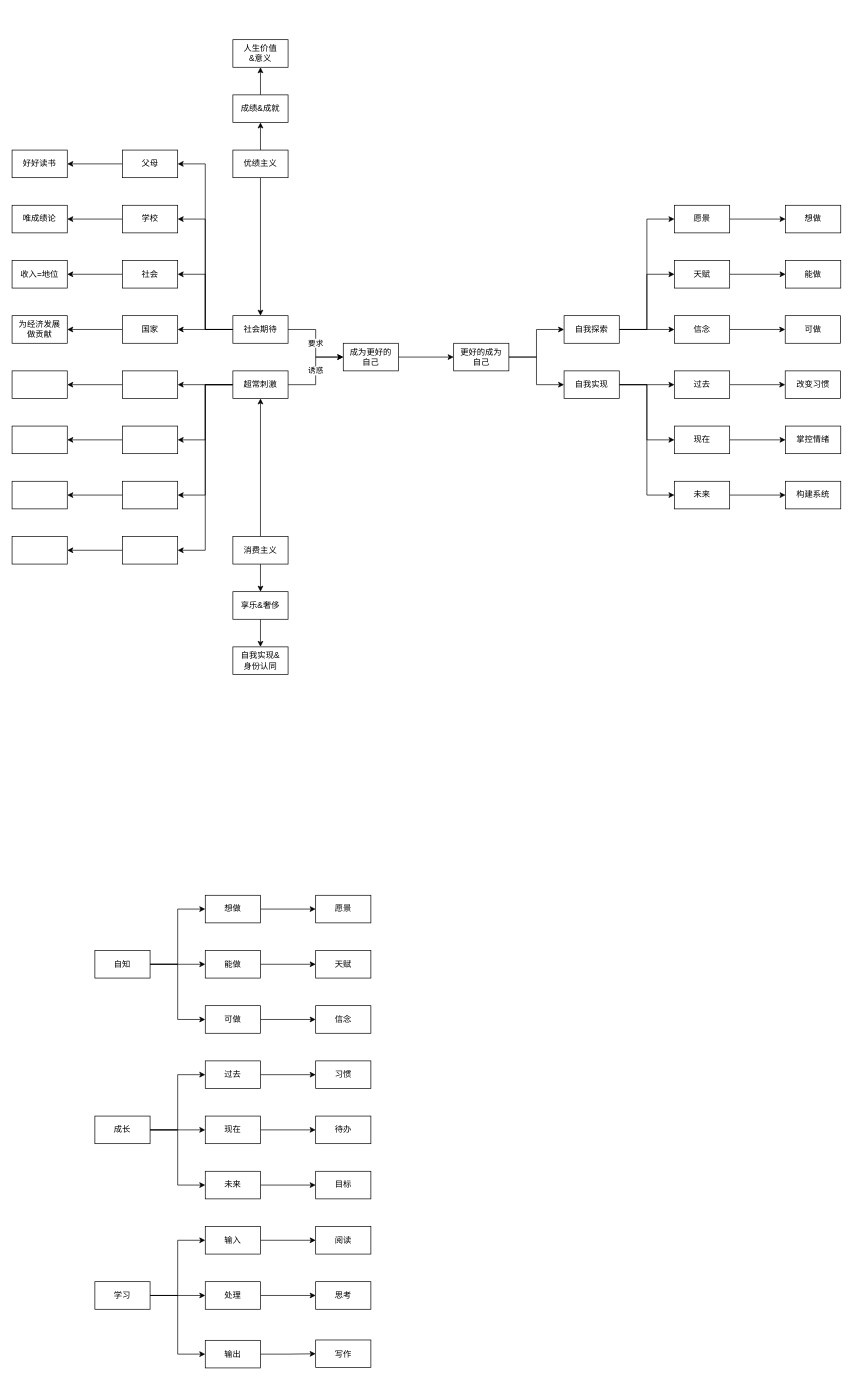
Earlier version of the draw.io diagram 人生系统.drawio (youyusan/life_system). Source tidied: cells renumbered, new cells numbered last; positions are measured from the earlier drawing's top-left corner, leaving out a move shared by most shapes. Both pictures are drawn from the tidied source at 69%, with x=0, y=0 at pixel (12, 39).
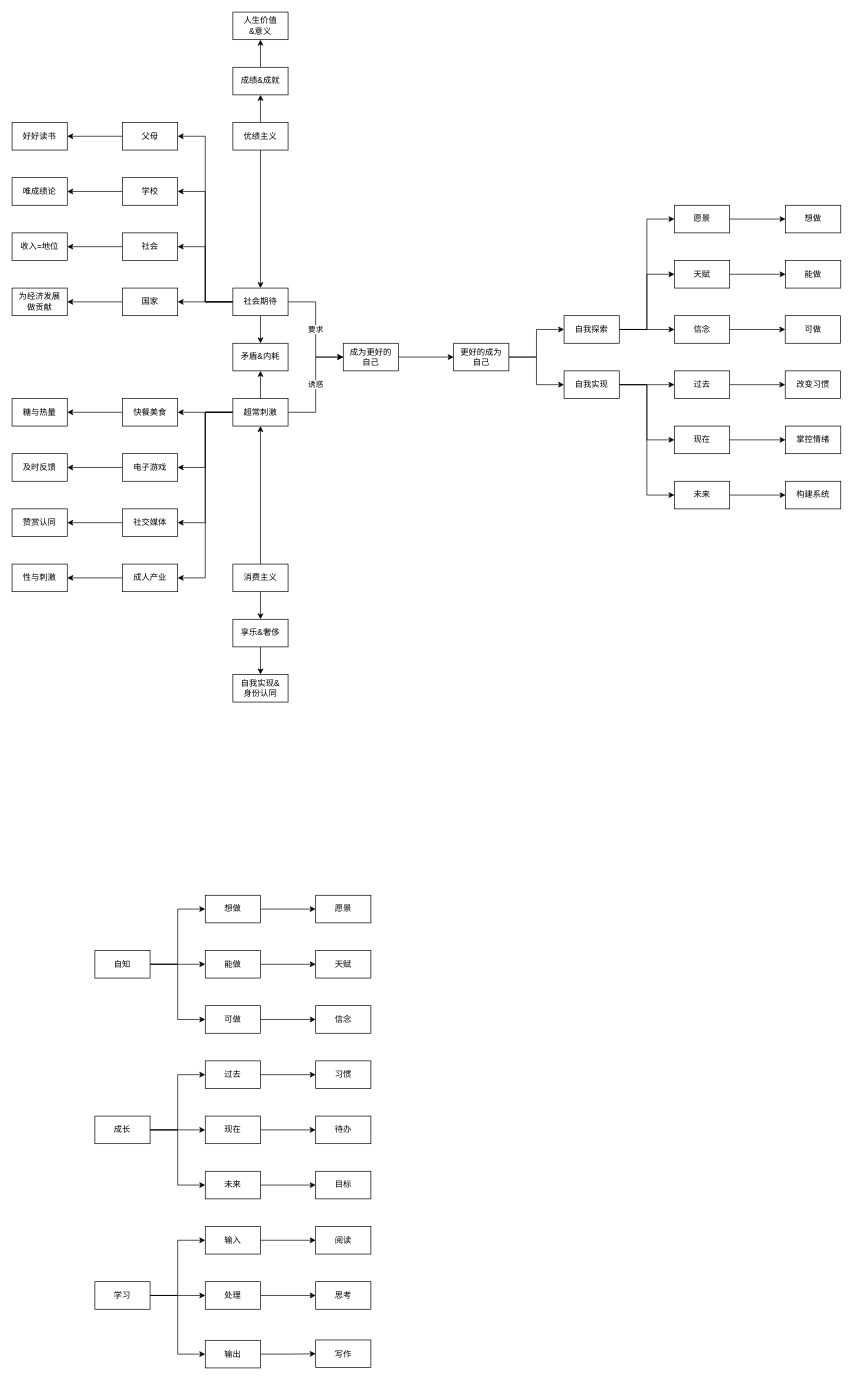
After the change.

Commit message:
更新人生系统.drawio

Unchanged cells that the change refers to:
```xml
<mxCell id="42" value="成为更好的&lt;br&gt;自己" style="rounded=0;whiteSpace=wrap;html=1;" parent="1" vertex="1">
  <mxGeometry x="480" y="440" width="80" height="40" as="geometry" />
</mxCell>
```

What changed in the source:
```diff
@@
     <mxCell id="48" value="优绩主义" style="rounded=0;whiteSpace=wrap;html=1;" parent="1" vertex="1">
-      <mxGeometry x="320" y="160" width="80" height="40" as="geometry" />
+      <mxGeometry x="320" y="120" width="80" height="40" as="geometry" />
     </mxCell>
@@
+    <mxCell id="120" style="edgeStyle=orthogonalEdgeStyle;rounded=0;jettySize=auto;html=1;" parent="1" edge="1" source="54" target="122">
+      <mxGeometry relative="1" as="geometry" />
+    </mxCell>
     <mxCell id="54" value="社会期待" style="rounded=0;whiteSpace=wrap;html=1;" parent="1" vertex="1">
-      <mxGeometry x="320" y="400" width="80" height="40" as="geometry" />
+      <mxGeometry x="320" y="360" width="80" height="40" as="geometry" />
     </mxCell>
     <mxCell id="55" value="诱惑" style="edgeStyle=orthogonalEdgeStyle;rounded=0;jettySize=auto;html=1;" parent="1" edge="1" source="60" target="42">
-      <mxGeometry relative="1" as="geometry" />
+      <mxGeometry relative="1" as="geometry">
+        <Array as="points">
+          <mxPoint x="440" y="540" />
+          <mxPoint x="440" y="460" />
+        </Array>
+      </mxGeometry>
     </mxCell>
@@
+    <mxCell id="121" style="edgeStyle=orthogonalEdgeStyle;rounded=0;jettySize=auto;html=1;" parent="1" edge="1" source="60" target="122">
+      <mxGeometry relative="1" as="geometry" />
+    </mxCell>
     <mxCell id="60" value="超常刺激" style="rounded=0;whiteSpace=wrap;html=1;" parent="1" vertex="1">
-      <mxGeometry x="320" y="480" width="80" height="40" as="geometry" />
+      <mxGeometry x="320" y="520" width="80" height="40" as="geometry" />
     </mxCell>
@@
     <mxCell id="63" value="消费主义" style="rounded=0;whiteSpace=wrap;html=1;" parent="1" vertex="1">
-      <mxGeometry x="320" y="720" width="80" height="40" as="geometry" />
+      <mxGeometry x="320" y="760" width="80" height="40" as="geometry" />
     </mxCell>
@@
     <mxCell id="65" value="父母" style="rounded=0;whiteSpace=wrap;html=1;" parent="1" vertex="1">
-      <mxGeometry x="160" y="160" width="80" height="40" as="geometry" />
+      <mxGeometry x="160" y="120" width="80" height="40" as="geometry" />
     </mxCell>
@@
     <mxCell id="67" value="学校" style="rounded=0;whiteSpace=wrap;html=1;" parent="1" vertex="1">
-      <mxGeometry x="160" y="240" width="80" height="40" as="geometry" />
+      <mxGeometry x="160" y="200" width="80" height="40" as="geometry" />
     </mxCell>
@@
     <mxCell id="69" value="社会" style="rounded=0;whiteSpace=wrap;html=1;" parent="1" vertex="1">
-      <mxGeometry x="160" y="320" width="80" height="40" as="geometry" />
+      <mxGeometry x="160" y="280" width="80" height="40" as="geometry" />
     </mxCell>
@@
     <mxCell id="71" value="国家" style="rounded=0;whiteSpace=wrap;html=1;" parent="1" vertex="1">
-      <mxGeometry x="160" y="400" width="80" height="40" as="geometry" />
+      <mxGeometry x="160" y="360" width="80" height="40" as="geometry" />
     </mxCell>
     <mxCell id="72" value="好好读书" style="rounded=0;whiteSpace=wrap;html=1;" parent="1" vertex="1">
-      <mxGeometry y="160" width="80" height="40" as="geometry" />
+      <mxGeometry y="120" width="80" height="40" as="geometry" />
     </mxCell>
     <mxCell id="73" value="唯成绩论" style="rounded=0;whiteSpace=wrap;html=1;" parent="1" vertex="1">
-      <mxGeometry y="240" width="80" height="40" as="geometry" />
+      <mxGeometry y="200" width="80" height="40" as="geometry" />
     </mxCell>
     <mxCell id="74" value="收入=地位" style="rounded=0;whiteSpace=wrap;html=1;" parent="1" vertex="1">
-      <mxGeometry y="320" width="80" height="40" as="geometry" />
+      <mxGeometry y="280" width="80" height="40" as="geometry" />
     </mxCell>
     <mxCell id="75" value="为经济发展&lt;br&gt;做贡献" style="rounded=0;whiteSpace=wrap;html=1;" parent="1" vertex="1">
-      <mxGeometry y="400" width="80" height="40" as="geometry" />
+      <mxGeometry y="360" width="80" height="40" as="geometry" />
     </mxCell>
@@
     <mxCell id="77" value="成绩&amp;amp;成就" style="rounded=0;whiteSpace=wrap;html=1;" parent="1" vertex="1">
-      <mxGeometry x="320" y="80" width="80" height="40" as="geometry" />
+      <mxGeometry x="320" y="40" width="80" height="40" as="geometry" />
     </mxCell>
     <mxCell id="78" value="人生价值&lt;br&gt;&amp;amp;意义" style="rounded=0;whiteSpace=wrap;html=1;" parent="1" vertex="1">
-      <mxGeometry x="320" width="80" height="40" as="geometry" />
+      <mxGeometry x="320" y="-40" width="80" height="40" as="geometry" />
     </mxCell>
@@
     <mxCell id="80" value="享乐&amp;amp;奢侈" style="rounded=0;whiteSpace=wrap;html=1;" parent="1" vertex="1">
-      <mxGeometry x="320" y="800" width="80" height="40" as="geometry" />
+      <mxGeometry x="320" y="840" width="80" height="40" as="geometry" />
     </mxCell>
     <mxCell id="81" value="自我实现&amp;amp;&lt;br&gt;身份认同" style="rounded=0;whiteSpace=wrap;html=1;" parent="1" vertex="1">
-      <mxGeometry x="320" y="880" width="80" height="40" as="geometry" />
+      <mxGeometry x="320" y="920" width="80" height="40" as="geometry" />
     </mxCell>
@@
-    <mxCell id="83" style="rounded=0;whiteSpace=wrap;html=1;" parent="1" vertex="1">
-      <mxGeometry x="160" y="640" width="80" height="40" as="geometry" />
+    <mxCell id="83" value="社交媒体" style="rounded=0;whiteSpace=wrap;html=1;" parent="1" vertex="1">
+      <mxGeometry x="160" y="680" width="80" height="40" as="geometry" />
     </mxCell>
@@
-    <mxCell id="85" style="rounded=0;whiteSpace=wrap;html=1;" parent="1" vertex="1">
-      <mxGeometry x="160" y="720" width="80" height="40" as="geometry" />
+    <mxCell id="85" value="成人产业" style="rounded=0;whiteSpace=wrap;html=1;" parent="1" vertex="1">
+      <mxGeometry x="160" y="760" width="80" height="40" as="geometry" />
     </mxCell>
@@
-    <mxCell id="87" style="rounded=0;whiteSpace=wrap;html=1;" parent="1" vertex="1">
-      <mxGeometry x="160" y="560" width="80" height="40" as="geometry" />
+    <mxCell id="87" value="电子游戏" style="rounded=0;whiteSpace=wrap;html=1;" parent="1" vertex="1">
+      <mxGeometry x="160" y="600" width="80" height="40" as="geometry" />
     </mxCell>
@@
-    <mxCell id="89" style="rounded=0;whiteSpace=wrap;html=1;" parent="1" vertex="1">
-      <mxGeometry x="160" y="480" width="80" height="40" as="geometry" />
+    <mxCell id="89" value="快餐美食" style="rounded=0;whiteSpace=wrap;html=1;" parent="1" vertex="1">
+      <mxGeometry x="160" y="520" width="80" height="40" as="geometry" />
     </mxCell>
-    <mxCell id="90" style="rounded=0;whiteSpace=wrap;html=1;" parent="1" vertex="1">
-      <mxGeometry y="560" width="80" height="40" as="geometry" />
+    <mxCell id="90" value="及时反馈" style="rounded=0;whiteSpace=wrap;html=1;" parent="1" vertex="1">
+      <mxGeometry y="600" width="80" height="40" as="geometry" />
     </mxCell>
-    <mxCell id="91" style="rounded=0;whiteSpace=wrap;html=1;" parent="1" vertex="1">
-      <mxGeometry y="640" width="80" height="40" as="geometry" />
+    <mxCell id="91" value="赞赏认同" style="rounded=0;whiteSpace=wrap;html=1;" parent="1" vertex="1">
+      <mxGeometry y="680" width="80" height="40" as="geometry" />
     </mxCell>
-    <mxCell id="92" style="rounded=0;whiteSpace=wrap;html=1;" parent="1" vertex="1">
-      <mxGeometry y="720" width="80" height="40" as="geometry" />
+    <mxCell id="92" value="性与刺激" style="rounded=0;whiteSpace=wrap;html=1;" parent="1" vertex="1">
+      <mxGeometry y="760" width="80" height="40" as="geometry" />
     </mxCell>
-    <mxCell id="93" style="rounded=0;whiteSpace=wrap;html=1;" parent="1" vertex="1">
-      <mxGeometry y="480" width="80" height="40" as="geometry" />
+    <mxCell id="93" value="糖与热量" style="rounded=0;whiteSpace=wrap;html=1;" parent="1" vertex="1">
+      <mxGeometry y="520" width="80" height="40" as="geometry" />
     </mxCell>
@@
+    <mxCell id="122" value="矛盾&amp;amp;内耗" style="rounded=0;whiteSpace=wrap;html=1;" parent="1" vertex="1">
+      <mxGeometry x="320" y="440" width="80" height="40" as="geometry" />
+    </mxCell>
```
